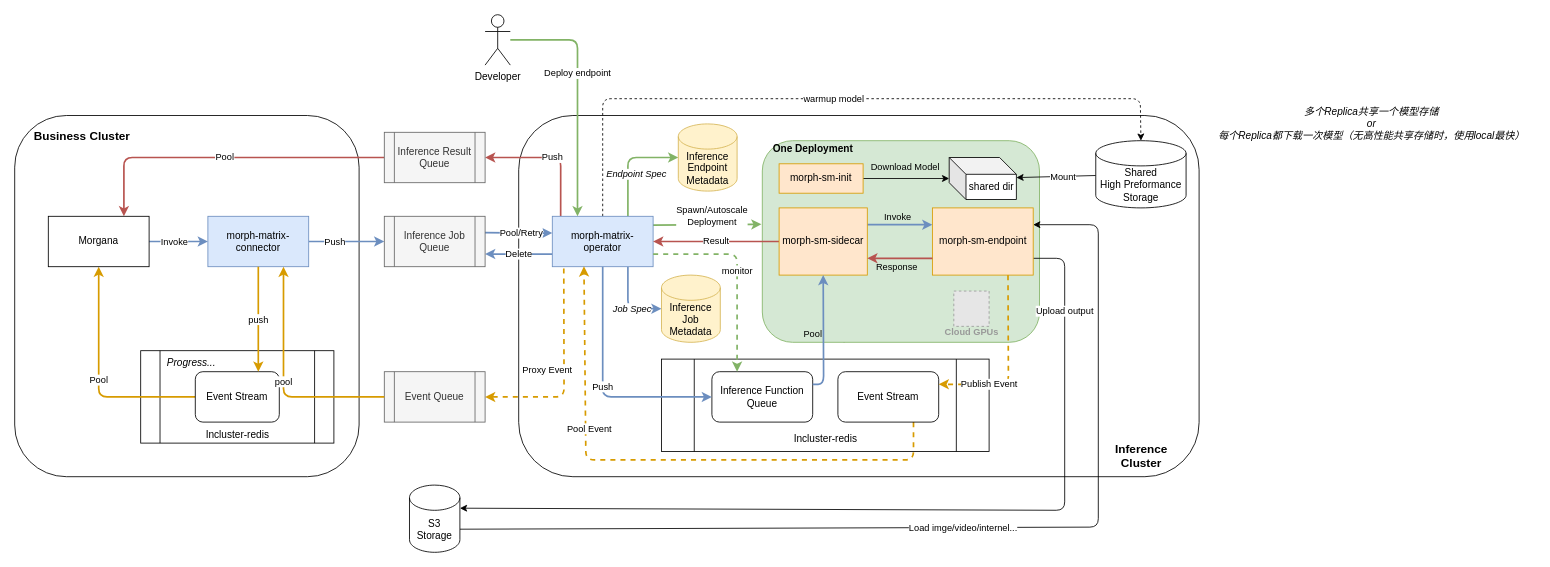
Wh1isper/wh1isper.github.io keeps this draw.io diagram as draw/Heterogeneous-inference-clusters.drawio. Above is the earlier version. Source tidied: cells renumbered, new cells numbered last; positions are measured from the earlier drawing's top-left corner, leaving out a move shared by most shapes. Both pictures are drawn from the tidied source at 84%, with x=0, y=0 at pixel (14, 14). Pictures stored in the file or linked from it are replaced by grey dashed boxes.
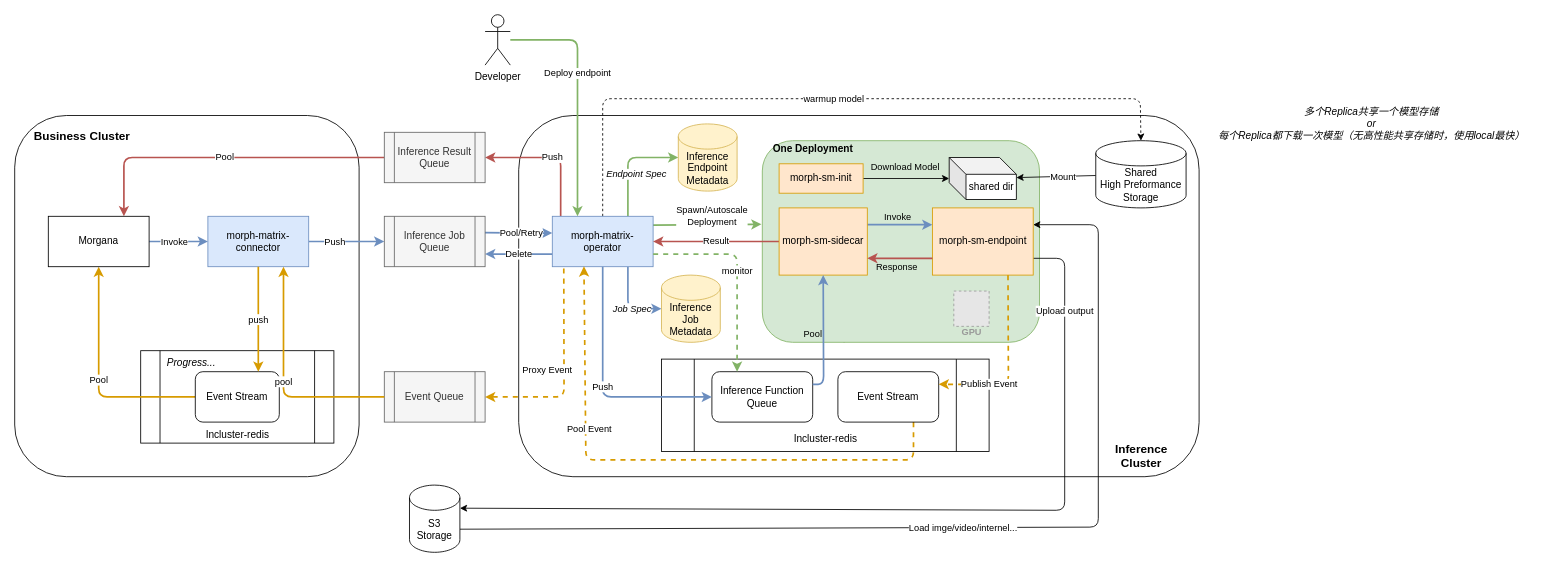
The same page after the edit.

Diff of the diagram source:
```diff
@@
-    <mxCell id="54" value="Cloud GPUs" style="fillColor=#E6E6E6;strokeColor=#999999;dashed=1;html=1;verticalAlign=top;labelPosition=center;verticalLabelPosition=bottom;align=center;spacingTop=-6;fontSize=11;fontStyle=1;fontColor=#999999;" parent="1" vertex="1">
+    <mxCell id="54" value="GPU" style="fillColor=#E6E6E6;strokeColor=#999999;dashed=1;html=1;verticalAlign=top;labelPosition=center;verticalLabelPosition=bottom;align=center;spacingTop=-6;fontSize=11;fontStyle=1;fontColor=#999999;" parent="1" vertex="1">
       <mxGeometry x="1118" y="329" width="42" height="42" as="geometry" />
     </mxCell>
```
